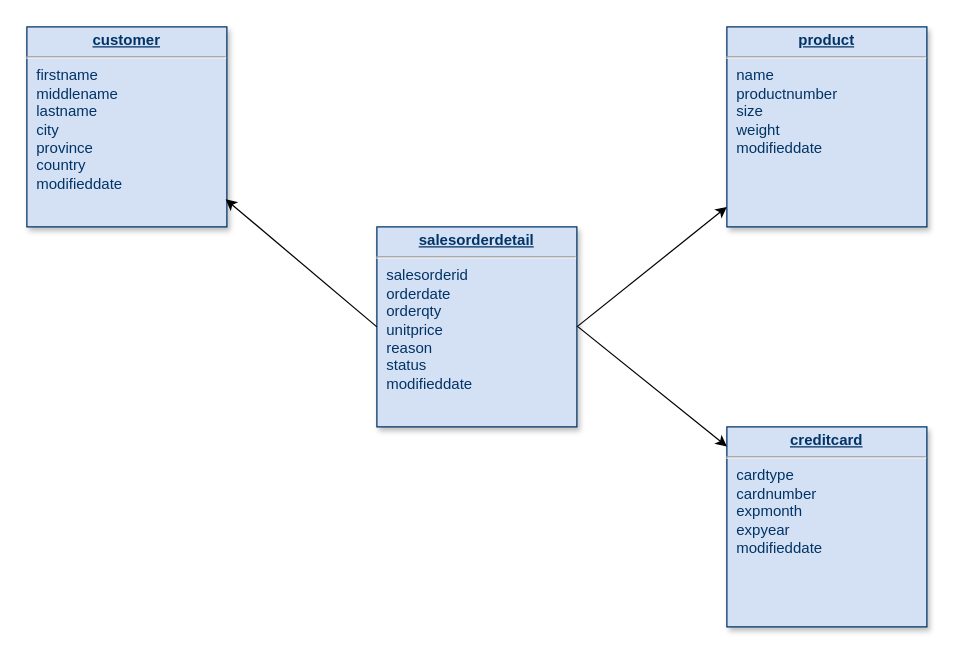
The draw.io diagram ModeloConceitualDW.drawio in lenowds/adventureworks-indicium, before the edit. Source tidied: cells renumbered, new cells numbered last; positions are measured from the earlier drawing's top-left corner, leaving out a move shared by most shapes. Both pictures are drawn from the tidied source at 125%, with x=0, y=0 at pixel (26, 26).
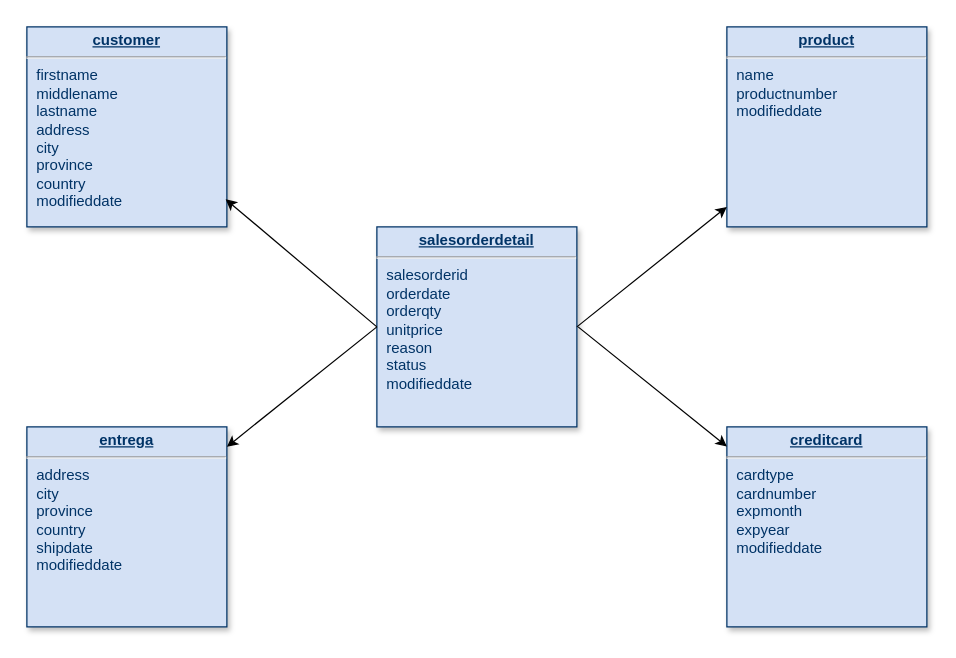
Above is the later version.

Commit message:
adicionado dimensão entrega, removendo endereço entrega da dimensão customer. Removido o atributo size e wight da dimensão product

Diff of the diagram source:
```diff
@@
 <mxGraphModel background="#ffffff">
   <root>
     <mxCell id="0" />
     <mxCell id="1" parent="0" />
     <mxCell id="2" value="&lt;p style=&quot;margin: 0px ; margin-top: 4px ; text-align: center ; text-decoration: underline&quot;&gt;&lt;b&gt;salesorderdetail&lt;/b&gt;&lt;/p&gt;&lt;hr&gt;&lt;p style=&quot;margin: 0px ; margin-left: 8px&quot;&gt;salesorderid&lt;/p&gt;&lt;p style=&quot;margin: 0px ; margin-left: 8px&quot;&gt;orderdate&lt;/p&gt;&lt;p style=&quot;margin: 0px ; margin-left: 8px&quot;&gt;orderqty&lt;/p&gt;&lt;p style=&quot;margin: 0px ; margin-left: 8px&quot;&gt;unitprice&lt;/p&gt;&lt;p style=&quot;margin: 0px ; margin-left: 8px&quot;&gt;reason&lt;/p&gt;&lt;p style=&quot;margin: 0px ; margin-left: 8px&quot;&gt;status&lt;/p&gt;&lt;p style=&quot;margin: 0px ; margin-left: 8px&quot;&gt;modifieddate&lt;/p&gt;&lt;p style=&quot;margin: 0px ; margin-left: 8px&quot;&gt;&lt;br&gt;&lt;/p&gt;" style="verticalAlign=top;align=left;overflow=fill;fontSize=12;fontFamily=Helvetica;html=1;strokeColor=#003366;shadow=1;fillColor=#D4E1F5;fontColor=#003366;" parent="1" vertex="1">
       <mxGeometry x="280" y="160" width="160" height="160" as="geometry" />
     </mxCell>
-    <mxCell id="3" value="&lt;p style=&quot;margin: 0px ; margin-top: 4px ; text-align: center ; text-decoration: underline&quot;&gt;&lt;b&gt;product&lt;/b&gt;&lt;/p&gt;&lt;hr&gt;&lt;p style=&quot;margin: 0px ; margin-left: 8px&quot;&gt;name&lt;/p&gt;&lt;p style=&quot;margin: 0px ; margin-left: 8px&quot;&gt;productnumber&lt;/p&gt;&lt;p style=&quot;margin: 0px ; margin-left: 8px&quot;&gt;size&lt;/p&gt;&lt;p style=&quot;margin: 0px ; margin-left: 8px&quot;&gt;weight&lt;/p&gt;&lt;p style=&quot;margin: 0px ; margin-left: 8px&quot;&gt;modifieddate&lt;/p&gt;" style="verticalAlign=top;align=left;overflow=fill;fontSize=12;fontFamily=Helvetica;html=1;strokeColor=#003366;shadow=1;fillColor=#D4E1F5;fontColor=#003366;" parent="1" vertex="1">
+    <mxCell id="3" value="&lt;p style=&quot;margin: 0px ; margin-top: 4px ; text-align: center ; text-decoration: underline&quot;&gt;&lt;b&gt;product&lt;/b&gt;&lt;/p&gt;&lt;hr&gt;&lt;p style=&quot;margin: 0px ; margin-left: 8px&quot;&gt;name&lt;/p&gt;&lt;p style=&quot;margin: 0px ; margin-left: 8px&quot;&gt;productnumber&lt;/p&gt;&lt;p style=&quot;margin: 0px ; margin-left: 8px&quot;&gt;modifieddate&lt;/p&gt;" style="verticalAlign=top;align=left;overflow=fill;fontSize=12;fontFamily=Helvetica;html=1;strokeColor=#003366;shadow=1;fillColor=#D4E1F5;fontColor=#003366;" parent="1" vertex="1">
       <mxGeometry x="560" width="160" height="160" as="geometry" />
     </mxCell>
     <mxCell id="4" value="&lt;p style=&quot;margin: 0px ; margin-top: 4px ; text-align: center ; text-decoration: underline&quot;&gt;&lt;b&gt;creditcard&lt;/b&gt;&lt;/p&gt;&lt;hr&gt;&lt;p style=&quot;margin: 0px ; margin-left: 8px&quot;&gt;cardtype&lt;/p&gt;&lt;p style=&quot;margin: 0px ; margin-left: 8px&quot;&gt;cardnumber&lt;/p&gt;&lt;p style=&quot;margin: 0px ; margin-left: 8px&quot;&gt;expmonth&lt;/p&gt;&lt;p style=&quot;margin: 0px ; margin-left: 8px&quot;&gt;expyear&lt;/p&gt;&lt;p style=&quot;margin: 0px ; margin-left: 8px&quot;&gt;modifieddate&lt;br&gt;&lt;/p&gt;" style="verticalAlign=top;align=left;overflow=fill;fontSize=12;fontFamily=Helvetica;html=1;strokeColor=#003366;shadow=1;fillColor=#D4E1F5;fontColor=#003366;" parent="1" vertex="1">
       <mxGeometry x="560" y="320" width="160" height="160" as="geometry" />
     </mxCell>
-    <mxCell id="5" value="&lt;p style=&quot;margin: 0px ; margin-top: 4px ; text-align: center ; text-decoration: underline&quot;&gt;&lt;b&gt;customer&lt;/b&gt;&lt;/p&gt;&lt;hr&gt;&lt;p style=&quot;margin: 0px ; margin-left: 8px&quot;&gt;firstname&lt;/p&gt;&lt;p style=&quot;margin: 0px ; margin-left: 8px&quot;&gt;middlename&lt;/p&gt;&lt;p style=&quot;margin: 0px ; margin-left: 8px&quot;&gt;lastname&lt;/p&gt;&lt;p style=&quot;margin: 0px ; margin-left: 8px&quot;&gt;city&lt;/p&gt;&lt;p style=&quot;margin: 0px ; margin-left: 8px&quot;&gt;province&lt;/p&gt;&lt;p style=&quot;margin: 0px ; margin-left: 8px&quot;&gt;country&lt;/p&gt;&lt;p style=&quot;margin: 0px ; margin-left: 8px&quot;&gt;modifieddate&lt;/p&gt;&lt;p style=&quot;margin: 0px ; margin-left: 8px&quot;&gt;&lt;br&gt;&lt;/p&gt;" style="verticalAlign=top;align=left;overflow=fill;fontSize=12;fontFamily=Helvetica;html=1;strokeColor=#003366;shadow=1;fillColor=#D4E1F5;fontColor=#003366;" parent="1" vertex="1">
+    <mxCell id="5" value="&lt;p style=&quot;margin: 0px ; margin-top: 4px ; text-align: center ; text-decoration: underline&quot;&gt;&lt;b&gt;customer&lt;/b&gt;&lt;/p&gt;&lt;hr&gt;&lt;p style=&quot;margin: 0px ; margin-left: 8px&quot;&gt;firstname&lt;/p&gt;&lt;p style=&quot;margin: 0px ; margin-left: 8px&quot;&gt;middlename&lt;/p&gt;&lt;p style=&quot;margin: 0px ; margin-left: 8px&quot;&gt;lastname&lt;/p&gt;&lt;p style=&quot;margin: 0px ; margin-left: 8px&quot;&gt;address&lt;/p&gt;&lt;p style=&quot;margin: 0px ; margin-left: 8px&quot;&gt;city&lt;/p&gt;&lt;p style=&quot;margin: 0px ; margin-left: 8px&quot;&gt;province&lt;/p&gt;&lt;p style=&quot;margin: 0px ; margin-left: 8px&quot;&gt;country&lt;/p&gt;&lt;p style=&quot;margin: 0px ; margin-left: 8px&quot;&gt;modifieddate&lt;/p&gt;&lt;p style=&quot;margin: 0px ; margin-left: 8px&quot;&gt;&lt;br&gt;&lt;/p&gt;" style="verticalAlign=top;align=left;overflow=fill;fontSize=12;fontFamily=Helvetica;html=1;strokeColor=#003366;shadow=1;fillColor=#D4E1F5;fontColor=#003366;" parent="1" vertex="1">
       <mxGeometry width="160" height="160" as="geometry" />
     </mxCell>
     <mxCell id="6" style="endArrow=classic;html=1;exitX=1;exitY=0.5;exitDx=0;exitDy=0;" parent="1" edge="1" source="2" target="3">
       <mxGeometry relative="1" as="geometry" />
     </mxCell>
     <mxCell id="7" style="endArrow=classic;html=1;" parent="1" edge="1" target="4">
       <mxGeometry relative="1" as="geometry">
         <mxPoint x="441" y="240" as="sourcePoint" />
       </mxGeometry>
     </mxCell>
     <mxCell id="8" style="endArrow=classic;html=1;entryX=0.994;entryY=0.862;entryDx=0;entryDy=0;entryPerimeter=0;exitX=0;exitY=0.5;exitDx=0;exitDy=0;" parent="1" edge="1" source="2" target="5">
       <mxGeometry relative="1" as="geometry" />
     </mxCell>
+    <mxCell id="9" value="&lt;p style=&quot;margin: 0px ; margin-top: 4px ; text-align: center ; text-decoration: underline&quot;&gt;&lt;b&gt;entrega&lt;/b&gt;&lt;/p&gt;&lt;hr&gt;&lt;p style=&quot;margin: 0px ; margin-left: 8px&quot;&gt;&lt;span&gt;address&lt;/span&gt;&lt;br&gt;&lt;/p&gt;&lt;p style=&quot;margin: 0px ; margin-left: 8px&quot;&gt;city&lt;/p&gt;&lt;p style=&quot;margin: 0px ; margin-left: 8px&quot;&gt;province&lt;/p&gt;&lt;p style=&quot;margin: 0px ; margin-left: 8px&quot;&gt;country&lt;/p&gt;&lt;p style=&quot;margin: 0px ; margin-left: 8px&quot;&gt;shipdate&lt;/p&gt;&lt;p style=&quot;margin: 0px ; margin-left: 8px&quot;&gt;modifieddate&lt;/p&gt;&lt;p style=&quot;margin: 0px ; margin-left: 8px&quot;&gt;&lt;br&gt;&lt;/p&gt;" style="verticalAlign=top;align=left;overflow=fill;fontSize=12;fontFamily=Helvetica;html=1;strokeColor=#003366;shadow=1;fillColor=#D4E1F5;fontColor=#003366;" parent="1" vertex="1">
+      <mxGeometry y="320" width="160" height="160" as="geometry" />
+    </mxCell>
+    <mxCell id="10" style="endArrow=classic;html=1;exitX=0;exitY=0.5;exitDx=0;exitDy=0;" parent="1" edge="1" source="2" target="9">
+      <mxGeometry relative="1" as="geometry" />
+    </mxCell>
   </root>
 </mxGraphModel>
```
